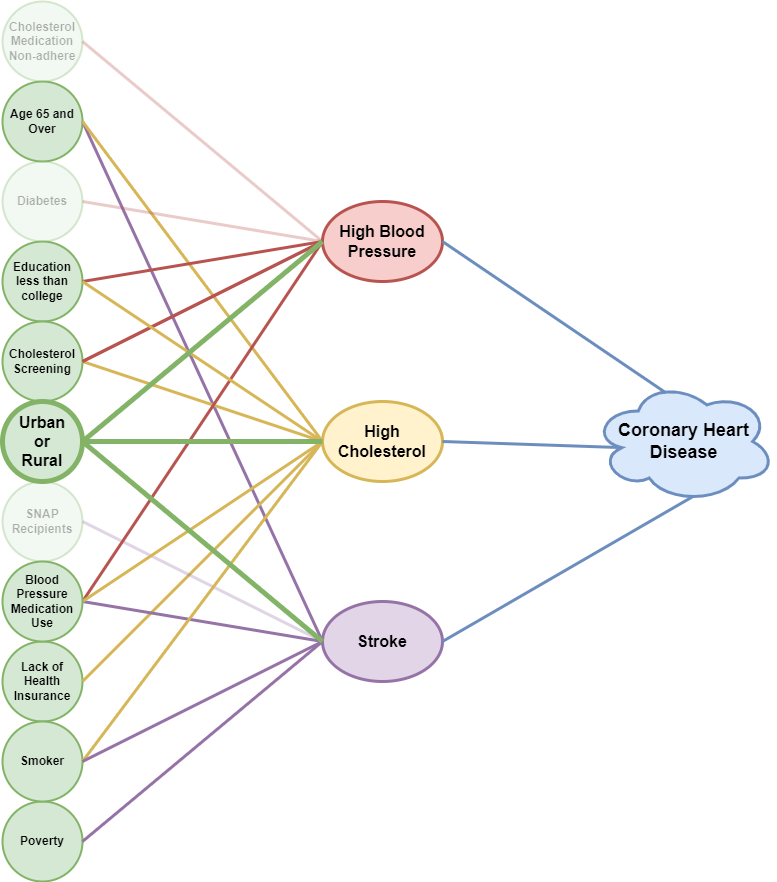
Before: Final_Report/images/VarConnectInteract.png, a diagram exported from draw.io (jessedebolt/MSDS-Capstone). Source tidied: cells renumbered, new cells last; positions are measured from the earlier drawing's top-left corner, leaving out a move shared by most shapes.
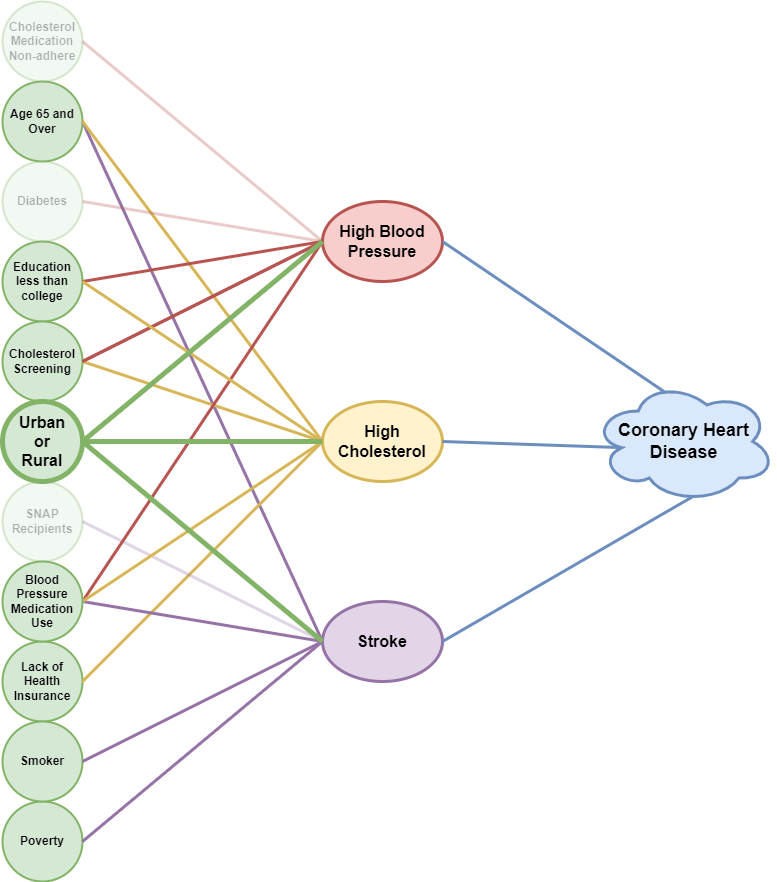
Later version of the same file.

The edit, as a diff of the source:
```diff
@@ -80,9 +80,6 @@
     <mxCell id="27" style="endArrow=none;html=1;rounded=0;exitX=1;exitY=0.5;exitDx=0;exitDy=0;entryX=0;entryY=0.5;entryDx=0;entryDy=0;strokeWidth=3;fontStyle=1;fillColor=#fff2cc;strokeColor=#d6b656;" parent="1" edge="1" source="33" target="4">
       <mxGeometry relative="1" as="geometry" />
     </mxCell>
-    <mxCell id="28" style="endArrow=none;html=1;rounded=0;entryX=0;entryY=0.5;entryDx=0;entryDy=0;strokeWidth=3;fontStyle=1;exitX=1;exitY=0.5;exitDx=0;exitDy=0;fillColor=#fff2cc;strokeColor=#d6b656;" parent="1" edge="1" source="24" target="4">
-      <mxGeometry relative="1" as="geometry" />
-    </mxCell>
     <mxCell id="29" style="endArrow=none;html=1;rounded=0;exitX=1;exitY=0.5;exitDx=0;exitDy=0;entryX=0;entryY=0.5;entryDx=0;entryDy=0;strokeWidth=3;fontStyle=1;fillColor=#e1d5e7;strokeColor=#9673a6;" parent="1" edge="1" source="24" target="3">
       <mxGeometry relative="1" as="geometry" />
     </mxCell>
```
